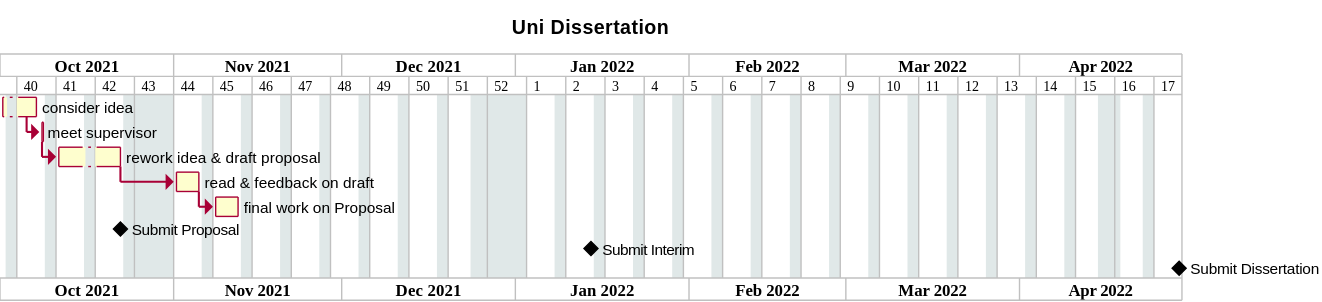
This is static/images/make_a_plan.svg from upyesp/upyesp.org, a PlantUML export, as it was before one commit.
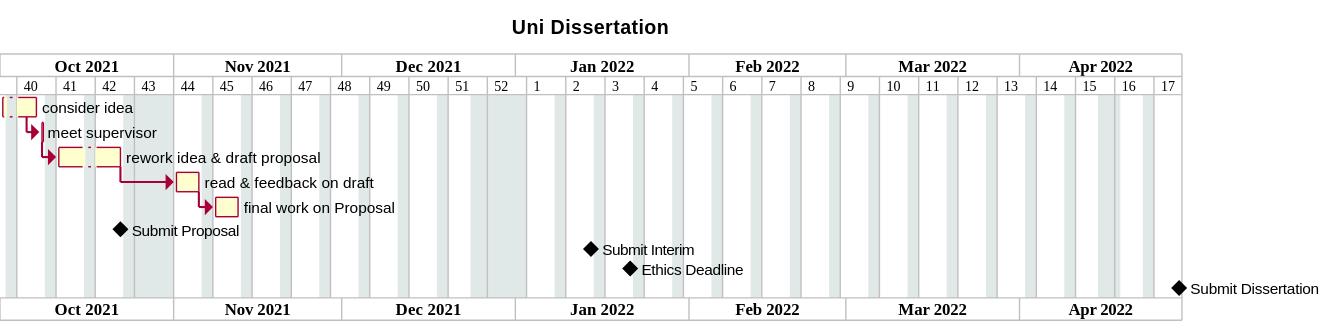
Later version of the same file.

The edit, as a diff of the source:
```diff
@@ -1,24 +1,23 @@
 @startuml
-  title Uni Dissertation
-  projectscale weekly
-  project starts 2021-10-01
-  saturdays are closed
-  sundays are closed
-  2021/10/25 to 2021/10/29 is closed
-  2021/12/24 to 2022/01/01 is closed
-  2022/04/15 to 2022/04/18 is closed
+title Uni Dissertation
+projectscale weekly
+project starts 2021/10/01
+saturdays are closed
+sundays are closed
+2021/10/25 to 2021/10/29 is closed
+2021/12/24 to 2022/01/01 is closed
+2022/04/15 to 2022/04/18 is closed
 
-  [consider idea] lasts 5 days
-  then [meet supervisor] lasts 1 day
-  then [rework idea & draft proposal] lasts 10 days
-  then [read & feedback on draft] lasts 5 days
-  then [final work on Proposal] lasts 5 days
-  [Submit Proposal] happens 2021-10-22
+[consider idea] lasts 5 days
+then [meet supervisor] lasts 1 day
+then [rework idea & draft proposal] lasts 10 days
+then [read & feedback on draft] lasts 5 days
+then [final work on Proposal] lasts 5 days
+[Submit Proposal] happens 2021/10/22
 
+[Submit Interim] happens 2022/01/14
 
-  [Submit Interim] happens 2022-01-14
+[Ethics Deadline] happens 2022/01/21
 
-
-
-  [Submit Dissertation] happens 2022-04-29
+[Submit Dissertation] happens 2022/04/29
 @enduml
```
